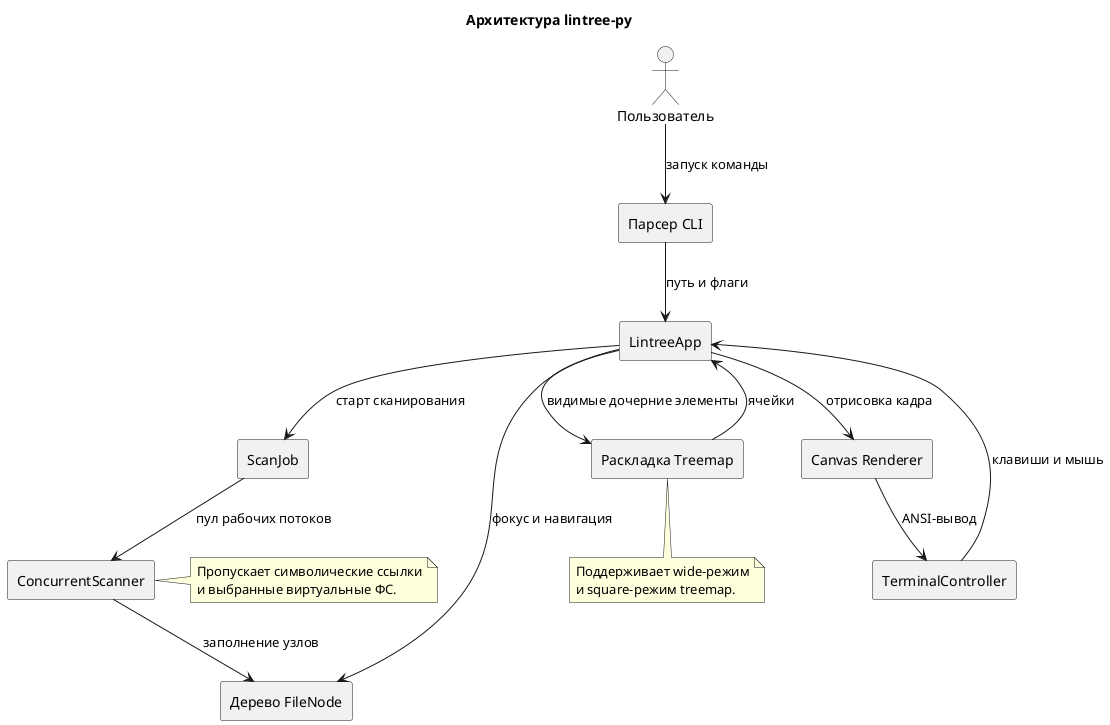
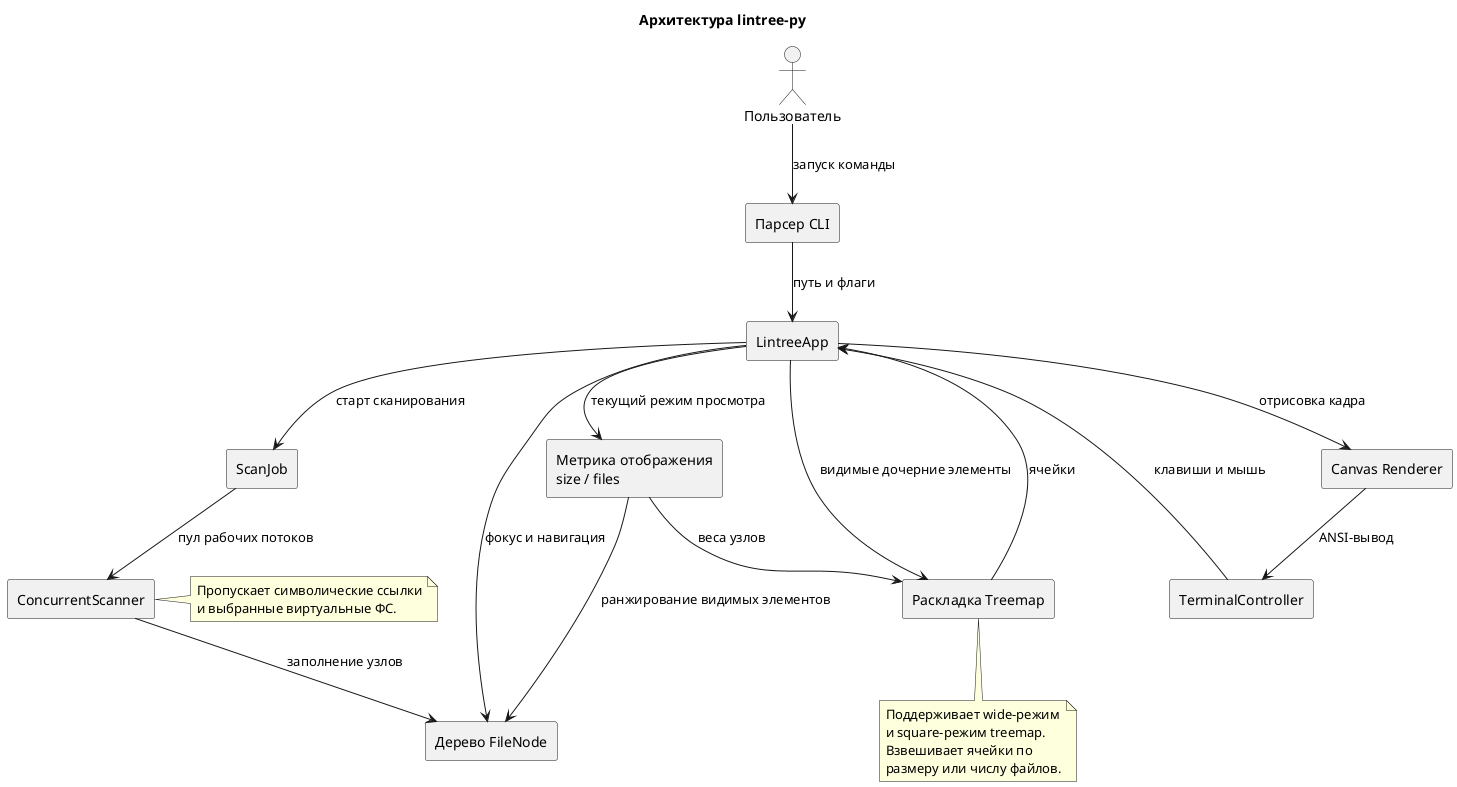
@startuml
title Архитектура lintree-py

skinparam componentStyle rectangle

actor "Пользователь" as User

component "Парсер CLI" as CLI
component "LintreeApp" as App
component "TerminalController" as Terminal
component "ScanJob" as Job
component "ConcurrentScanner" as Scanner
component "Дерево FileNode" as Tree
+ component "Метрика отображения\nsize / files" as Metric
component "Раскладка Treemap" as Layout
component "Canvas Renderer" as Canvas

User --> CLI : запуск команды
CLI --> App : путь и флаги
App --> Job : старт сканирования
Job --> Scanner : пул рабочих потоков
Scanner --> Tree : заполнение узлов
App --> Tree : фокус и навигация
+ App --> Metric : текущий режим просмотра
+ Metric --> Tree : ранжирование видимых элементов
+ Metric --> Layout : веса узлов
App --> Layout : видимые дочерние элементы
Layout --> App : ячейки
App --> Canvas : отрисовка кадра
Canvas --> Terminal : ANSI-вывод
Terminal --> App : клавиши и мышь

note right of Scanner
Пропускает символические ссылки
и выбранные виртуальные ФС.
end note

note bottom of Layout
Поддерживает wide-режим
и square-режим treemap.
+ Взвешивает ячейки по
+ размеру или числу файлов.
end note

@enduml
